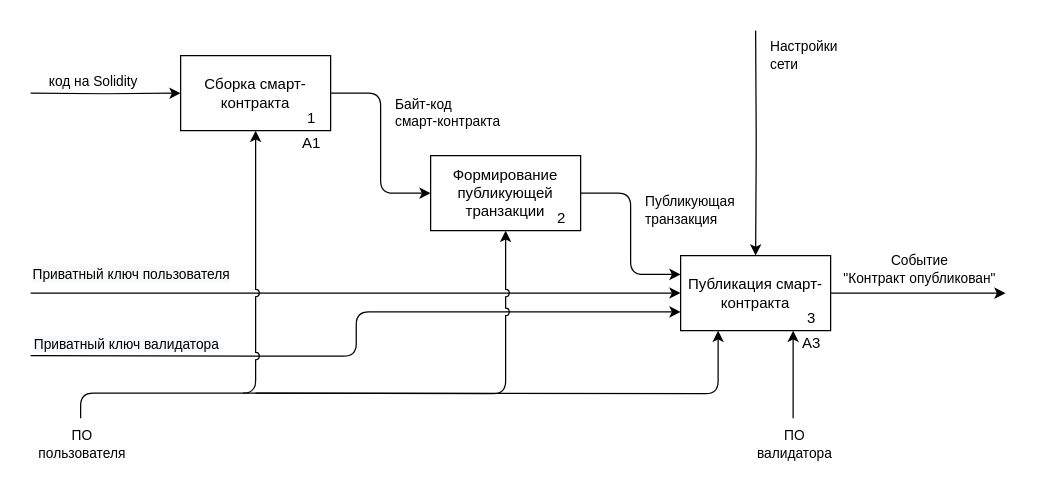
Trickster2038/BmstuDocs7 keeps this draw.io diagram as page "Страница 2" (2 of 8) of system_analysis/lab2.drawio. Above is the earlier version. Source tidied: cells renumbered, new cells numbered last; positions are measured from the earlier drawing's top-left corner, leaving out a move shared by most shapes. Both pictures are drawn from the tidied source at 125%, with x=0, y=0 at pixel (30, 30).
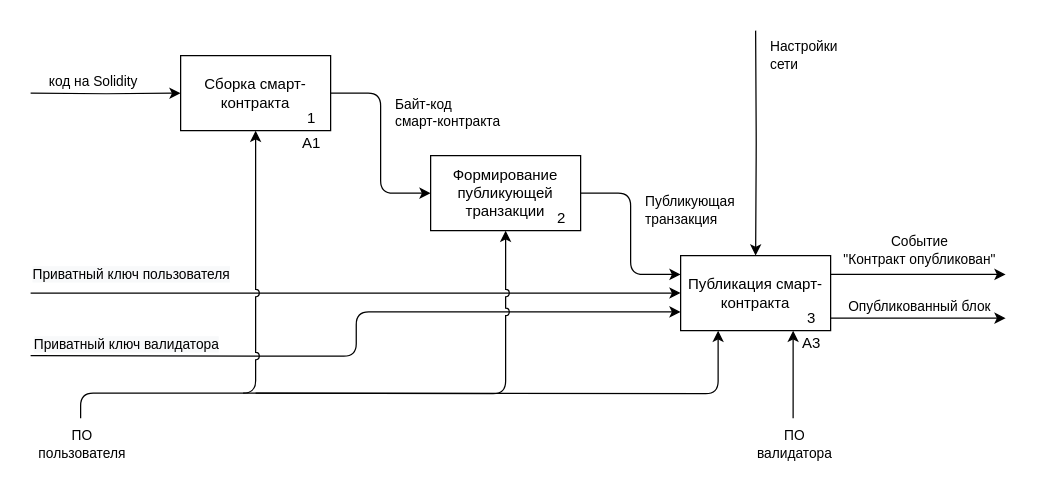
After the change.

Unchanged cells that the change refers to:
```xml
<mxCell id="4" value="Публикация смарт-контракта" style="rounded=0;whiteSpace=wrap;html=1;" parent="1" vertex="1">
  <mxGeometry x="520" y="180" width="120" height="60" as="geometry" />
</mxCell>
<mxCell id="18" value="3" style="text;html=1;strokeColor=none;fillColor=none;align=center;verticalAlign=middle;whiteSpace=wrap;rounded=0;" parent="1" vertex="1">
  <mxGeometry x="610" y="220" width="30" height="20" as="geometry" />
</mxCell>
```

Diff of the diagram source:
```diff
@@
-    <mxCell id="28" style="endArrow=classic;html=1;rounded=0;exitX=1;exitY=0.5;exitDx=0;exitDy=0;" parent="1" edge="1" source="4">
+    <mxCell id="28" style="endArrow=classic;html=1;rounded=0;exitX=1;exitY=0.25;exitDx=0;exitDy=0;" parent="1" edge="1" source="4">
       <mxGeometry relative="1" as="geometry">
-        <mxPoint x="780" y="210" as="targetPoint" />
+        <mxPoint x="780" y="195" as="targetPoint" />
       </mxGeometry>
     </mxCell>
@@
+    <mxCell id="30" style="endArrow=classic;html=1;rounded=0;exitX=1;exitY=0.5;exitDx=0;exitDy=0;" parent="1" edge="1" source="18">
+      <mxGeometry relative="1" as="geometry">
+        <mxPoint x="780" y="230" as="targetPoint" />
+      </mxGeometry>
+    </mxCell>
+    <mxCell id="31" value="Опубликованный блок" style="edgeLabel;html=1;align=center;verticalAlign=middle;labelBackgroundColor=none;" parent="30" vertex="1">
+      <mxGeometry relative="1" as="geometry">
+        <mxPoint y="-10" as="offset" />
+      </mxGeometry>
+    </mxCell>
```
